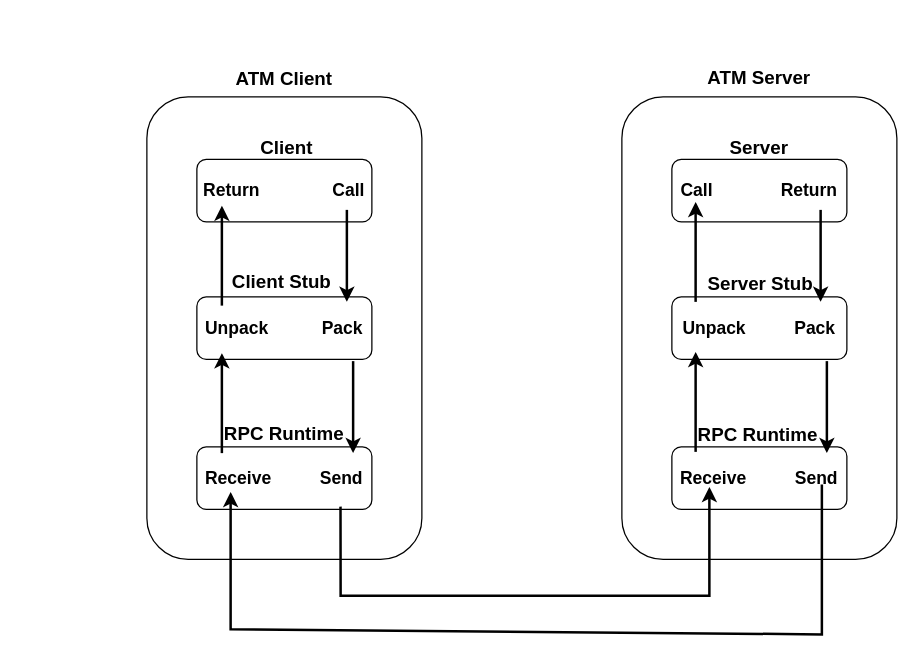
ahraralisoomro/Draw-a-remote-procedure-call-architecture-of-a-real-world-scenario keeps this draw.io diagram as Untitled Diagram.drawio. Above is the earlier version. Source tidied: cells renumbered, new cells numbered last; positions are measured from the earlier drawing's top-left corner, leaving out a move shared by most shapes. Both pictures are drawn from the tidied source at 125%, with x=0, y=0 at pixel (146, 58).
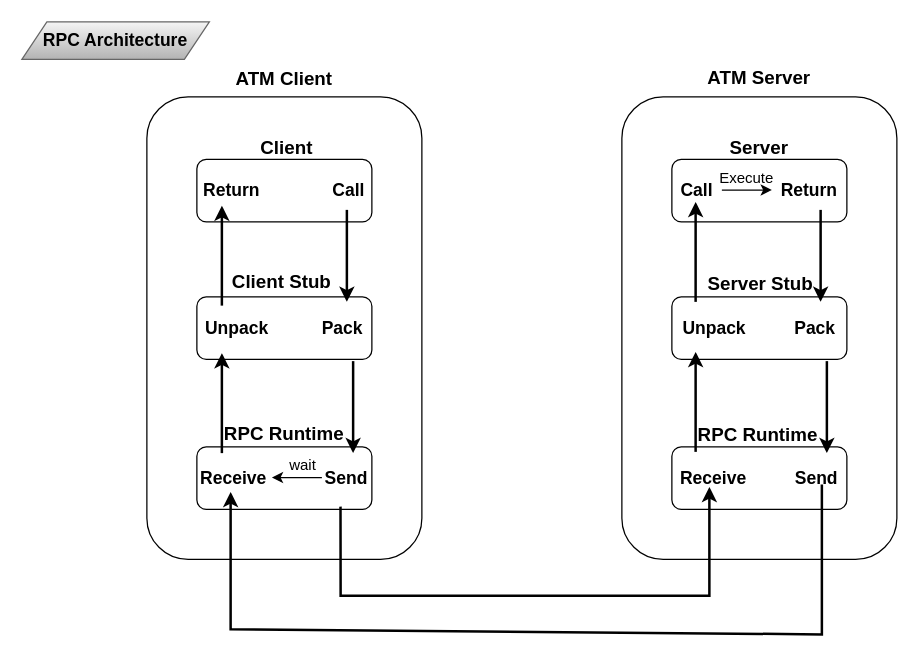
Above is the later version.

Change to the diagram source:
```diff
@@
-    <mxCell id="6" value="&lt;b&gt;&lt;font style=&quot;font-size: 14px;&quot;&gt;Receive&amp;nbsp; &amp;nbsp; &amp;nbsp; &amp;nbsp; &amp;nbsp; Send&lt;/font&gt;&lt;/b&gt;" style="rounded=1;whiteSpace=wrap;html=1;" parent="1" vertex="1">
+    <mxCell id="6" value="&lt;b&gt;&lt;font style=&quot;font-size: 14px;&quot;&gt;Receive&amp;nbsp; &amp;nbsp; &amp;nbsp; &amp;nbsp; &amp;nbsp; &amp;nbsp; Send&lt;/font&gt;&lt;/b&gt;" style="rounded=1;whiteSpace=wrap;html=1;" parent="1" vertex="1">
       <mxGeometry x="40" y="311" width="140" height="50" as="geometry" />
     </mxCell>
@@
+    <mxCell id="28" value="&lt;b&gt;&lt;font style=&quot;font-size: 14px;&quot;&gt;RPC Architecture&lt;/font&gt;&lt;/b&gt;" style="shape=parallelogram;perimeter=parallelogramPerimeter;whiteSpace=wrap;html=1;fixedSize=1;fillColor=#f5f5f5;gradientColor=#b3b3b3;strokeColor=#666666;" parent="1" vertex="1">
+      <mxGeometry x="-100" y="-29" width="150" height="30" as="geometry" />
+    </mxCell>
+    <mxCell id="29" style="endArrow=classic;html=1;rounded=0;" parent="1" edge="1">
+      <mxGeometry relative="1" as="geometry">
+        <mxPoint x="140" y="335.5" as="sourcePoint" />
+        <mxPoint x="100" y="335.5" as="targetPoint" />
+      </mxGeometry>
+    </mxCell>
+    <mxCell id="30" value="wait" style="text;html=1;strokeColor=none;fillColor=none;align=center;verticalAlign=middle;whiteSpace=wrap;rounded=0;" parent="1" vertex="1">
+      <mxGeometry x="95" y="311" width="60" height="30" as="geometry" />
+    </mxCell>
+    <mxCell id="31" style="endArrow=classic;html=1;rounded=0;" parent="1" edge="1">
+      <mxGeometry relative="1" as="geometry">
+        <mxPoint x="460" y="105.5" as="sourcePoint" />
+        <mxPoint x="500" y="105.5" as="targetPoint" />
+      </mxGeometry>
+    </mxCell>
+    <mxCell id="32" value="Execute" style="text;html=1;strokeColor=none;fillColor=none;align=center;verticalAlign=middle;whiteSpace=wrap;rounded=0;" parent="1" vertex="1">
+      <mxGeometry x="450" y="86" width="60" height="20" as="geometry" />
+    </mxCell>
```
